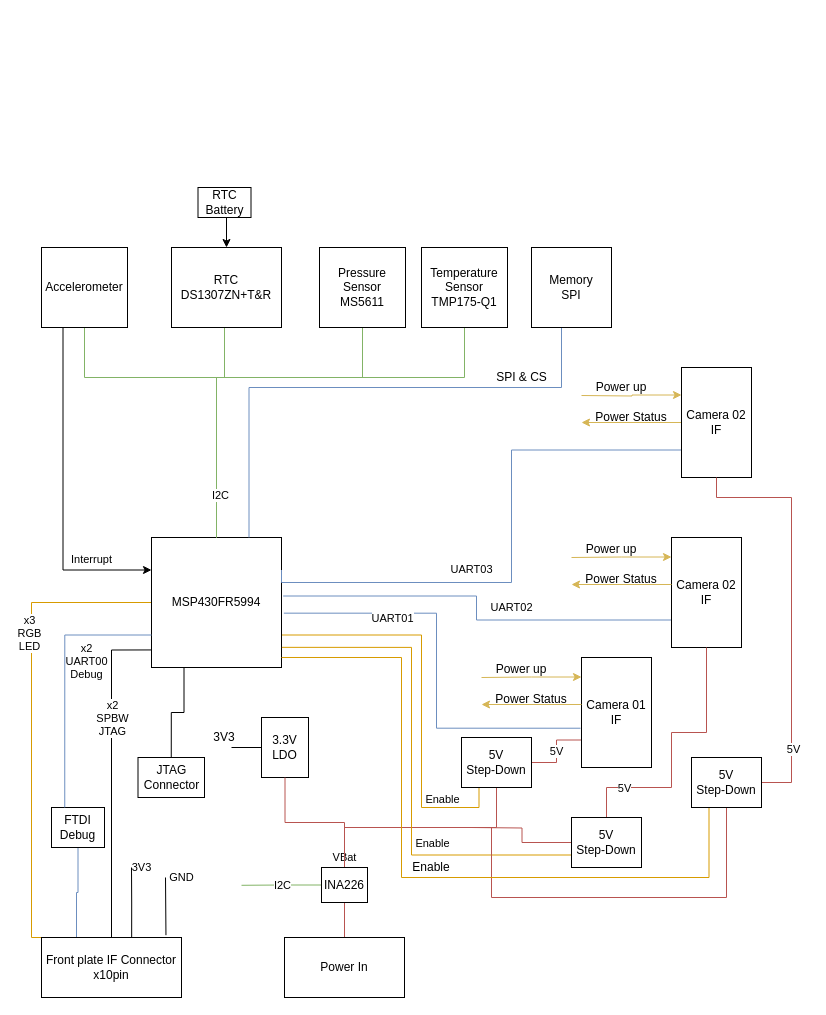
The draw.io diagram IRIS2/01-Design/schematics/IRIS2_CPU.drawio in bultza/IRIS2-hardware, before the edit. Source tidied: cells renumbered, new cells numbered last; positions are measured from the earlier drawing's top-left corner, leaving out a move shared by most shapes. Both pictures are drawn from the tidied source at 100%, with x=0, y=0 at pixel (31, 187).
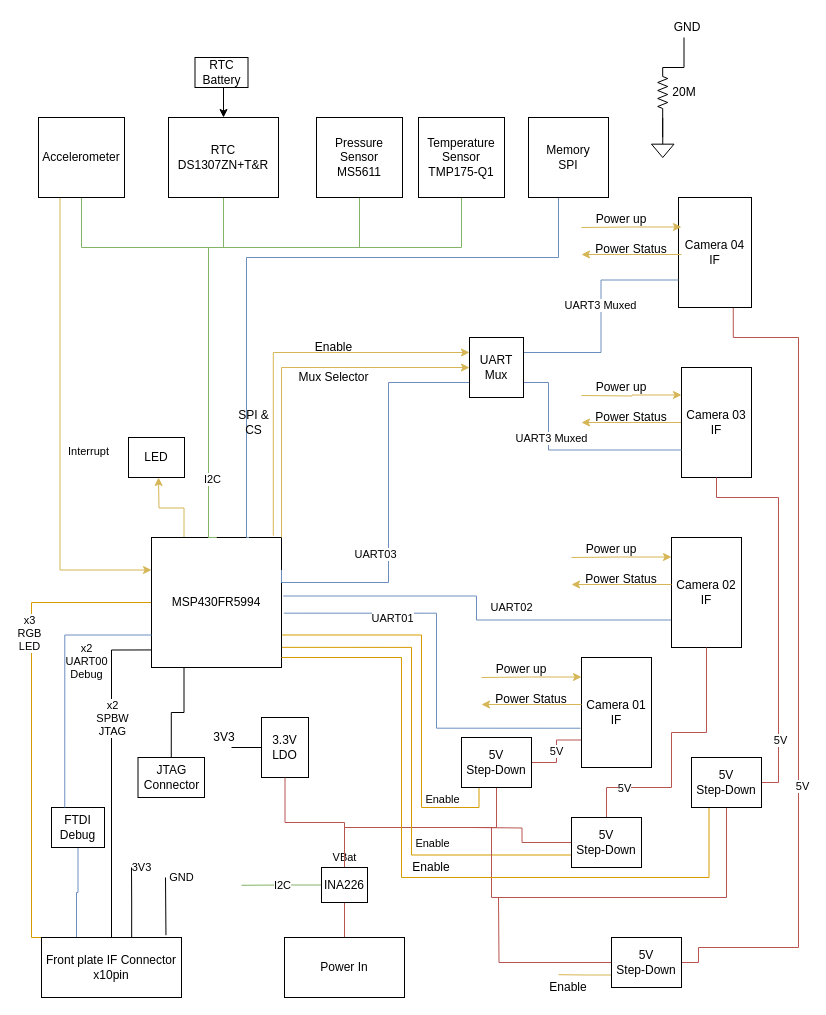
After the change.

Commit message (it also covers changes not shown here):
Updated global schematics to have 4 cameras available

Unchanged cells that the change refers to:
```xml
<mxCell id="7" value="MSP430FR5994" style="rounded=0;whiteSpace=wrap;html=1;" parent="1" vertex="1">
  <mxGeometry x="120" y="350" width="130" height="130" as="geometry" />
</mxCell>
<mxCell id="56" value="5V &lt;br&gt;Step-Down" style="rounded=0;whiteSpace=wrap;html=1;" parent="1" vertex="1">
  <mxGeometry x="660" y="570" width="70" height="50" as="geometry" />
</mxCell>
```

Diff of the diagram source:
```diff
@@
+    <mxCell id="76" style="edgeStyle=orthogonalEdgeStyle;rounded=0;jettySize=auto;html=1;exitX=0.25;exitY=0;exitDx=0;exitDy=0;startArrow=none;startFill=0;endArrow=classic;endFill=1;fillColor=#fff2cc;strokeColor=#d6b656;" parent="1" edge="1" source="7">
+      <mxGeometry relative="1" as="geometry">
+        <mxPoint x="127" y="290" as="targetPoint" />
+      </mxGeometry>
+    </mxCell>
@@
     <mxCell id="8" style="edgeStyle=orthogonalEdgeStyle;rounded=0;jettySize=auto;html=1;exitX=0.5;exitY=1;exitDx=0;exitDy=0;entryX=0.5;entryY=0;entryDx=0;entryDy=0;endArrow=none;endFill=0;fillColor=#d5e8d4;strokeColor=#82b366;" parent="1" edge="1" source="11" target="7">
       <mxGeometry relative="1" as="geometry">
         <Array as="points">
-          <mxPoint x="53" y="190" />
-          <mxPoint x="185" y="190" />
+          <mxPoint x="50" y="60" />
+          <mxPoint x="177" y="60" />
+          <mxPoint x="177" y="350" />
         </Array>
       </mxGeometry>
     </mxCell>
-    <mxCell id="9" style="edgeStyle=orthogonalEdgeStyle;rounded=0;jettySize=auto;html=1;exitX=0.25;exitY=1;exitDx=0;exitDy=0;entryX=0;entryY=0.25;entryDx=0;entryDy=0;endArrow=classic;endFill=1;" parent="1" edge="1" source="11" target="7">
+    <mxCell id="9" style="edgeStyle=orthogonalEdgeStyle;rounded=0;jettySize=auto;html=1;exitX=0.25;exitY=1;exitDx=0;exitDy=0;entryX=0;entryY=0.25;entryDx=0;entryDy=0;endArrow=classic;endFill=1;fillColor=#fff2cc;strokeColor=#d6b656;" parent="1" edge="1" source="11" target="7">
       <mxGeometry relative="1" as="geometry" />
     </mxCell>
@@
     <mxCell id="11" value="Accelerometer" style="rounded=0;whiteSpace=wrap;html=1;" parent="1" vertex="1">
-      <mxGeometry x="10" y="60" width="86" height="80" as="geometry" />
+      <mxGeometry x="7" y="-70" width="86" height="80" as="geometry" />
     </mxCell>
     <mxCell id="12" style="edgeStyle=orthogonalEdgeStyle;rounded=0;jettySize=auto;html=1;exitX=0.5;exitY=1;exitDx=0;exitDy=0;entryX=0.5;entryY=0;entryDx=0;entryDy=0;endArrow=none;endFill=0;fillColor=#d5e8d4;strokeColor=#82b366;" parent="1" edge="1" source="13" target="7">
       <mxGeometry relative="1" as="geometry">
         <Array as="points">
-          <mxPoint x="193" y="190" />
-          <mxPoint x="185" y="190" />
+          <mxPoint x="192" y="60" />
+          <mxPoint x="177" y="60" />
+          <mxPoint x="177" y="350" />
         </Array>
       </mxGeometry>
     </mxCell>
     <mxCell id="13" value="RTC&lt;br&gt;&lt;span style=&quot;font-size: 12px&quot;&gt;DS1307ZN+T&amp;amp;R&lt;/span&gt;" style="rounded=0;whiteSpace=wrap;html=1;" parent="1" vertex="1">
-      <mxGeometry x="140" y="60" width="110" height="80" as="geometry" />
+      <mxGeometry x="137" y="-70" width="110" height="80" as="geometry" />
     </mxCell>
     <mxCell id="14" style="edgeStyle=orthogonalEdgeStyle;rounded=0;jettySize=auto;html=1;exitX=0.5;exitY=1;exitDx=0;exitDy=0;endArrow=none;endFill=0;fillColor=#d5e8d4;strokeColor=#82b366;" parent="1" edge="1" source="16" target="7">
       <mxGeometry relative="1" as="geometry">
         <Array as="points">
-          <mxPoint x="331" y="190" />
-          <mxPoint x="185" y="190" />
+          <mxPoint x="328" y="60" />
+          <mxPoint x="177" y="60" />
         </Array>
       </mxGeometry>
     </mxCell>
@@
     <mxCell id="16" value="Pressure Sensor MS5611" style="rounded=0;whiteSpace=wrap;html=1;" parent="1" vertex="1">
-      <mxGeometry x="288" y="60" width="86" height="80" as="geometry" />
+      <mxGeometry x="285" y="-70" width="86" height="80" as="geometry" />
     </mxCell>
@@
     <mxCell id="23" style="edgeStyle=orthogonalEdgeStyle;rounded=0;jettySize=auto;html=1;exitX=0.5;exitY=1;exitDx=0;exitDy=0;entryX=0.75;entryY=0;entryDx=0;entryDy=0;endArrow=none;endFill=0;fillColor=#dae8fc;strokeColor=#6c8ebf;" parent="1" edge="1" source="24" target="7">
       <mxGeometry relative="1" as="geometry">
         <Array as="points">
-          <mxPoint x="530" y="140" />
-          <mxPoint x="530" y="200" />
-          <mxPoint x="218" y="200" />
+          <mxPoint x="527" y="10" />
+          <mxPoint x="527" y="70" />
+          <mxPoint x="215" y="70" />
         </Array>
       </mxGeometry>
     </mxCell>
     <mxCell id="24" value="Memory&lt;br&gt;SPI" style="rounded=0;whiteSpace=wrap;html=1;" parent="1" vertex="1">
-      <mxGeometry x="500" y="60" width="80" height="80" as="geometry" />
+      <mxGeometry x="497" y="-70" width="80" height="80" as="geometry" />
     </mxCell>
-    <mxCell id="25" value="SPI &amp;amp; CS" style="text;html=1;align=center;verticalAlign=middle;" parent="1" vertex="1">
-      <mxGeometry x="455" y="180" width="70" height="20" as="geometry" />
+    <mxCell id="25" value="SPI &amp;amp;&lt;br&gt;CS" style="text;html=1;align=center;verticalAlign=middle;" parent="1" vertex="1">
+      <mxGeometry x="197" y="220" width="50" height="30" as="geometry" />
     </mxCell>
@@
-    <mxCell id="41" value="UART03" style="edgeStyle=orthogonalEdgeStyle;rounded=0;jettySize=auto;html=1;exitX=1;exitY=0.25;exitDx=0;exitDy=0;entryX=0;entryY=0.75;entryDx=0;entryDy=0;endArrow=none;endFill=0;fillColor=#dae8fc;strokeColor=#6c8ebf;" parent="1" edge="1" source="7" target="45">
+    <mxCell id="41" value="UART03" style="edgeStyle=orthogonalEdgeStyle;rounded=0;jettySize=auto;html=1;exitX=1;exitY=0.25;exitDx=0;exitDy=0;entryX=0;entryY=0.75;entryDx=0;entryDy=0;endArrow=none;endFill=0;fillColor=#dae8fc;strokeColor=#6c8ebf;" parent="1" edge="1" source="7" target="94">
       <mxGeometry x="-0.26" y="13" relative="1" as="geometry">
         <Array as="points">
           <mxPoint x="250" y="395" />
-          <mxPoint x="480" y="395" />
-          <mxPoint x="480" y="263" />
+          <mxPoint x="357" y="395" />
+          <mxPoint x="357" y="195" />
         </Array>
       </mxGeometry>
     </mxCell>
@@
-    <mxCell id="45" value="Camera 02 IF" style="rounded=0;whiteSpace=wrap;html=1;" parent="1" vertex="1">
+    <mxCell id="45" value="Camera 03 IF" style="rounded=0;whiteSpace=wrap;html=1;" parent="1" vertex="1">
       <mxGeometry x="650" y="180" width="70" height="110" as="geometry" />
     </mxCell>
@@
     <mxCell id="52" style="edgeStyle=orthogonalEdgeStyle;rounded=0;jettySize=auto;html=1;entryX=0.5;entryY=1;entryDx=0;entryDy=0;endArrow=none;endFill=0;fillColor=#f8cecc;strokeColor=#b85450;" parent="1" edge="1" source="56" target="45">
       <mxGeometry relative="1" as="geometry">
         <Array as="points">
-          <mxPoint x="760" y="595" />
-          <mxPoint x="760" y="310" />
+          <mxPoint x="747" y="595" />
+          <mxPoint x="747" y="310" />
           <mxPoint x="685" y="310" />
         </Array>
       </mxGeometry>
     </mxCell>
@@
     <mxCell id="69" value="RTC Battery" style="rounded=0;whiteSpace=wrap;html=1;" parent="1" vertex="1">
-      <mxGeometry x="166.5" width="53" height="30" as="geometry" />
+      <mxGeometry x="163.5" y="-130" width="53" height="30" as="geometry" />
     </mxCell>
     <mxCell id="70" style="edgeStyle=orthogonalEdgeStyle;rounded=0;jettySize=auto;html=1;exitX=0.5;exitY=1;exitDx=0;exitDy=0;startArrow=none;startFill=0;endArrow=none;endFill=0;fillColor=#d5e8d4;strokeColor=#82b366;" parent="1" edge="1" source="71">
       <mxGeometry relative="1" as="geometry">
-        <mxPoint x="330" y="190" as="targetPoint" />
+        <mxPoint x="327" y="60" as="targetPoint" />
         <Array as="points">
-          <mxPoint x="433" y="190" />
+          <mxPoint x="430" y="60" />
         </Array>
       </mxGeometry>
     </mxCell>
     <mxCell id="71" value="Temperature Sensor&lt;br&gt;&lt;span style=&quot;font-size: 12px&quot;&gt;TMP175-Q1&lt;/span&gt;" style="rounded=0;whiteSpace=wrap;html=1;" parent="1" vertex="1">
-      <mxGeometry x="390" y="60" width="86" height="80" as="geometry" />
+      <mxGeometry x="387" y="-70" width="86" height="80" as="geometry" />
     </mxCell>
@@
+    <mxCell id="77" style="edgeStyle=orthogonalEdgeStyle;rounded=0;jettySize=auto;html=1;exitX=0.75;exitY=1;exitDx=0;exitDy=0;entryX=1;entryY=0.5;entryDx=0;entryDy=0;fillColor=#f8cecc;strokeColor=#b85450;endArrow=none;endFill=0;" parent="1" edge="1" source="79" target="86">
+      <mxGeometry relative="1" as="geometry">
+        <Array as="points">
+          <mxPoint x="702" y="150" />
+          <mxPoint x="767" y="150" />
+          <mxPoint x="767" y="760" />
+          <mxPoint x="667" y="760" />
+          <mxPoint x="667" y="775" />
+        </Array>
+      </mxGeometry>
+    </mxCell>
+    <mxCell id="78" value="5V" style="edgeLabel;html=1;align=center;verticalAlign=middle;" parent="77" vertex="1">
+      <mxGeometry x="0.3" y="3" relative="1" as="geometry" />
+    </mxCell>
+    <mxCell id="79" value="Camera 04 IF" style="rounded=0;whiteSpace=wrap;html=1;" parent="1" vertex="1">
+      <mxGeometry x="647" y="10" width="73" height="110" as="geometry" />
+    </mxCell>
+    <mxCell id="80" style="edgeStyle=orthogonalEdgeStyle;rounded=0;orthogonalLoop=1;jettySize=auto;html=1;exitX=0;exitY=0.25;exitDx=0;exitDy=0;endArrow=none;endFill=0;startArrow=classic;startFill=1;fillColor=#fff2cc;strokeColor=#d6b656;" parent="1" edge="1">
+      <mxGeometry relative="1" as="geometry">
+        <mxPoint x="650" y="39.5" as="sourcePoint" />
+        <mxPoint x="550" y="40" as="targetPoint" />
+        <Array as="points">
+          <mxPoint x="600" y="40" />
+          <mxPoint x="550" y="40" />
+        </Array>
+      </mxGeometry>
+    </mxCell>
+    <mxCell id="81" style="edgeStyle=orthogonalEdgeStyle;rounded=0;orthogonalLoop=1;jettySize=auto;html=1;exitX=0;exitY=0.5;exitDx=0;exitDy=0;endArrow=classic;endFill=1;startArrow=none;startFill=0;fillColor=#fff2cc;strokeColor=#d6b656;" parent="1" edge="1">
+      <mxGeometry relative="1" as="geometry">
+        <mxPoint x="650" y="67" as="sourcePoint" />
+        <mxPoint x="550" y="67" as="targetPoint" />
+      </mxGeometry>
+    </mxCell>
+    <mxCell id="82" value="Power up" style="text;html=1;strokeColor=none;fillColor=none;align=center;verticalAlign=middle;whiteSpace=wrap;rounded=0;" parent="1" vertex="1">
+      <mxGeometry x="560" y="22" width="60" height="20" as="geometry" />
+    </mxCell>
+    <mxCell id="83" value="Power Status" style="text;html=1;strokeColor=none;fillColor=none;align=center;verticalAlign=middle;whiteSpace=wrap;rounded=0;" parent="1" vertex="1">
+      <mxGeometry x="560" y="52" width="80" height="20" as="geometry" />
+    </mxCell>
+    <mxCell id="84" style="edgeStyle=orthogonalEdgeStyle;rounded=0;jettySize=auto;html=1;exitX=0;exitY=0.5;exitDx=0;exitDy=0;endArrow=none;endFill=0;fillColor=#f8cecc;strokeColor=#b85450;" parent="1" edge="1" source="86">
+      <mxGeometry relative="1" as="geometry">
+        <mxPoint x="467" y="710" as="targetPoint" />
+      </mxGeometry>
+    </mxCell>
+    <mxCell id="85" style="edgeStyle=orthogonalEdgeStyle;rounded=0;jettySize=auto;html=1;exitX=0;exitY=0.75;exitDx=0;exitDy=0;endArrow=none;endFill=0;fillColor=#fff2cc;strokeColor=#d6b656;" parent="1" edge="1" source="86">
+      <mxGeometry relative="1" as="geometry">
+        <mxPoint x="527" y="787.2" as="targetPoint" />
+      </mxGeometry>
+    </mxCell>
+    <mxCell id="86" value="5V &lt;br&gt;Step-Down" style="rounded=0;whiteSpace=wrap;html=1;" parent="1" vertex="1">
+      <mxGeometry x="580" y="750" width="70" height="50" as="geometry" />
+    </mxCell>
+    <mxCell id="87" value="Enable" style="text;html=1;strokeColor=none;fillColor=none;align=center;verticalAlign=middle;whiteSpace=wrap;rounded=0;" parent="1" vertex="1">
+      <mxGeometry x="517" y="790" width="40" height="20" as="geometry" />
+    </mxCell>
+    <mxCell id="88" style="edgeStyle=orthogonalEdgeStyle;rounded=0;jettySize=auto;html=1;exitX=1;exitY=0.25;exitDx=0;exitDy=0;entryX=0;entryY=0.75;entryDx=0;entryDy=0;endArrow=none;endFill=0;fillColor=#dae8fc;strokeColor=#6c8ebf;" parent="1" edge="1" source="94" target="79">
+      <mxGeometry relative="1" as="geometry" />
+    </mxCell>
+    <mxCell id="89" value="UART3 Muxed" style="edgeLabel;html=1;align=center;verticalAlign=middle;" parent="88" vertex="1">
+      <mxGeometry x="0.1" y="1" relative="1" as="geometry" />
+    </mxCell>
+    <mxCell id="90" style="edgeStyle=orthogonalEdgeStyle;rounded=0;jettySize=auto;html=1;exitX=1;exitY=0.75;exitDx=0;exitDy=0;entryX=0;entryY=0.75;entryDx=0;entryDy=0;endArrow=none;endFill=0;fillColor=#dae8fc;strokeColor=#6c8ebf;" parent="1" edge="1" source="94" target="45">
+      <mxGeometry relative="1" as="geometry">
+        <Array as="points">
+          <mxPoint x="517" y="195" />
+          <mxPoint x="517" y="263" />
+        </Array>
+      </mxGeometry>
+    </mxCell>
+    <mxCell id="91" value="UART3 Muxed" style="edgeLabel;html=1;align=center;verticalAlign=middle;" parent="90" vertex="1">
+      <mxGeometry x="0.03" y="2" relative="1" as="geometry">
+        <mxPoint x="-21.2" y="-10.5" as="offset" />
+      </mxGeometry>
+    </mxCell>
+    <mxCell id="92" style="edgeStyle=orthogonalEdgeStyle;rounded=0;jettySize=auto;html=1;exitX=0;exitY=0.25;exitDx=0;exitDy=0;endArrow=none;endFill=0;entryX=0.937;entryY=-0.014;entryDx=0;entryDy=0;entryPerimeter=0;fillColor=#fff2cc;strokeColor=#d6b656;startArrow=classic;startFill=1;" parent="1" edge="1" source="94" target="7">
+      <mxGeometry relative="1" as="geometry" />
+    </mxCell>
+    <mxCell id="93" style="edgeStyle=orthogonalEdgeStyle;rounded=0;jettySize=auto;html=1;exitX=0;exitY=0.5;exitDx=0;exitDy=0;entryX=1;entryY=0;entryDx=0;entryDy=0;endArrow=none;endFill=0;fillColor=#fff2cc;strokeColor=#d6b656;startArrow=classic;startFill=1;" parent="1" edge="1" source="94" target="7">
+      <mxGeometry relative="1" as="geometry" />
+    </mxCell>
+    <mxCell id="94" value="UART Mux" style="rounded=0;whiteSpace=wrap;html=1;" parent="1" vertex="1">
+      <mxGeometry x="438" y="150" width="54" height="60" as="geometry" />
+    </mxCell>
+    <mxCell id="95" value="Enable" style="text;html=1;align=center;verticalAlign=middle;" parent="1" vertex="1">
+      <mxGeometry x="277" y="150" width="50" height="20" as="geometry" />
+    </mxCell>
+    <mxCell id="96" value="Mux Selector" style="text;html=1;align=center;verticalAlign=middle;" parent="1" vertex="1">
+      <mxGeometry x="257" y="180" width="90" height="20" as="geometry" />
+    </mxCell>
+    <mxCell id="97" value="LED" style="rounded=0;whiteSpace=wrap;html=1;" parent="1" vertex="1">
+      <mxGeometry x="97" y="250" width="56" height="40" as="geometry" />
+    </mxCell>
+    <mxCell id="98" style="verticalLabelPosition=bottom;shadow=0;dashed=0;align=center;html=1;verticalAlign=top;shape=mxgraph.electrical.signal_sources.signal_ground;" parent="1" vertex="1">
+      <mxGeometry x="620" y="-50" width="22.5" height="20" as="geometry" />
+    </mxCell>
+    <mxCell id="99" style="edgeStyle=orthogonalEdgeStyle;rounded=0;jettySize=auto;html=1;exitX=1;exitY=0.5;exitDx=0;exitDy=0;exitPerimeter=0;endArrow=none;endFill=0;" parent="1" edge="1" source="102" target="98">
+      <mxGeometry relative="1" as="geometry" />
+    </mxCell>
+    <mxCell id="100" style="edgeStyle=orthogonalEdgeStyle;rounded=0;jettySize=auto;html=1;exitX=0;exitY=0.5;exitDx=0;exitDy=0;exitPerimeter=0;entryX=1;entryY=1;entryDx=0;entryDy=0;endArrow=none;endFill=0;" parent="1" edge="1" source="102">
+      <mxGeometry relative="1" as="geometry">
+        <mxPoint x="652.5" y="-150" as="targetPoint" />
+      </mxGeometry>
+    </mxCell>
+    <mxCell id="101" style="edgeStyle=orthogonalEdgeStyle;rounded=0;jettySize=auto;html=1;endArrow=none;endFill=0;" parent="1" edge="1" source="102" target="98">
+      <mxGeometry relative="1" as="geometry" />
+    </mxCell>
+    <mxCell id="102" style="verticalLabelPosition=bottom;shadow=0;dashed=0;align=center;html=1;verticalAlign=top;shape=mxgraph.electrical.resistors.resistor_2;direction=south;" parent="1" vertex="1">
+      <mxGeometry x="626.2" y="-120" width="10" height="50" as="geometry" />
+    </mxCell>
+    <mxCell id="103" value="20M" style="text;html=1;strokeColor=none;fillColor=none;align=center;verticalAlign=middle;whiteSpace=wrap;rounded=0;" parent="1" vertex="1">
+      <mxGeometry x="632.5" y="-105" width="40" height="20" as="geometry" />
+    </mxCell>
+    <mxCell id="104" value="GND" style="text;html=1;strokeColor=none;fillColor=none;align=center;verticalAlign=middle;whiteSpace=wrap;rounded=0;" parent="1" vertex="1">
+      <mxGeometry x="636.2" y="-170" width="40" height="20" as="geometry" />
+    </mxCell>
```
